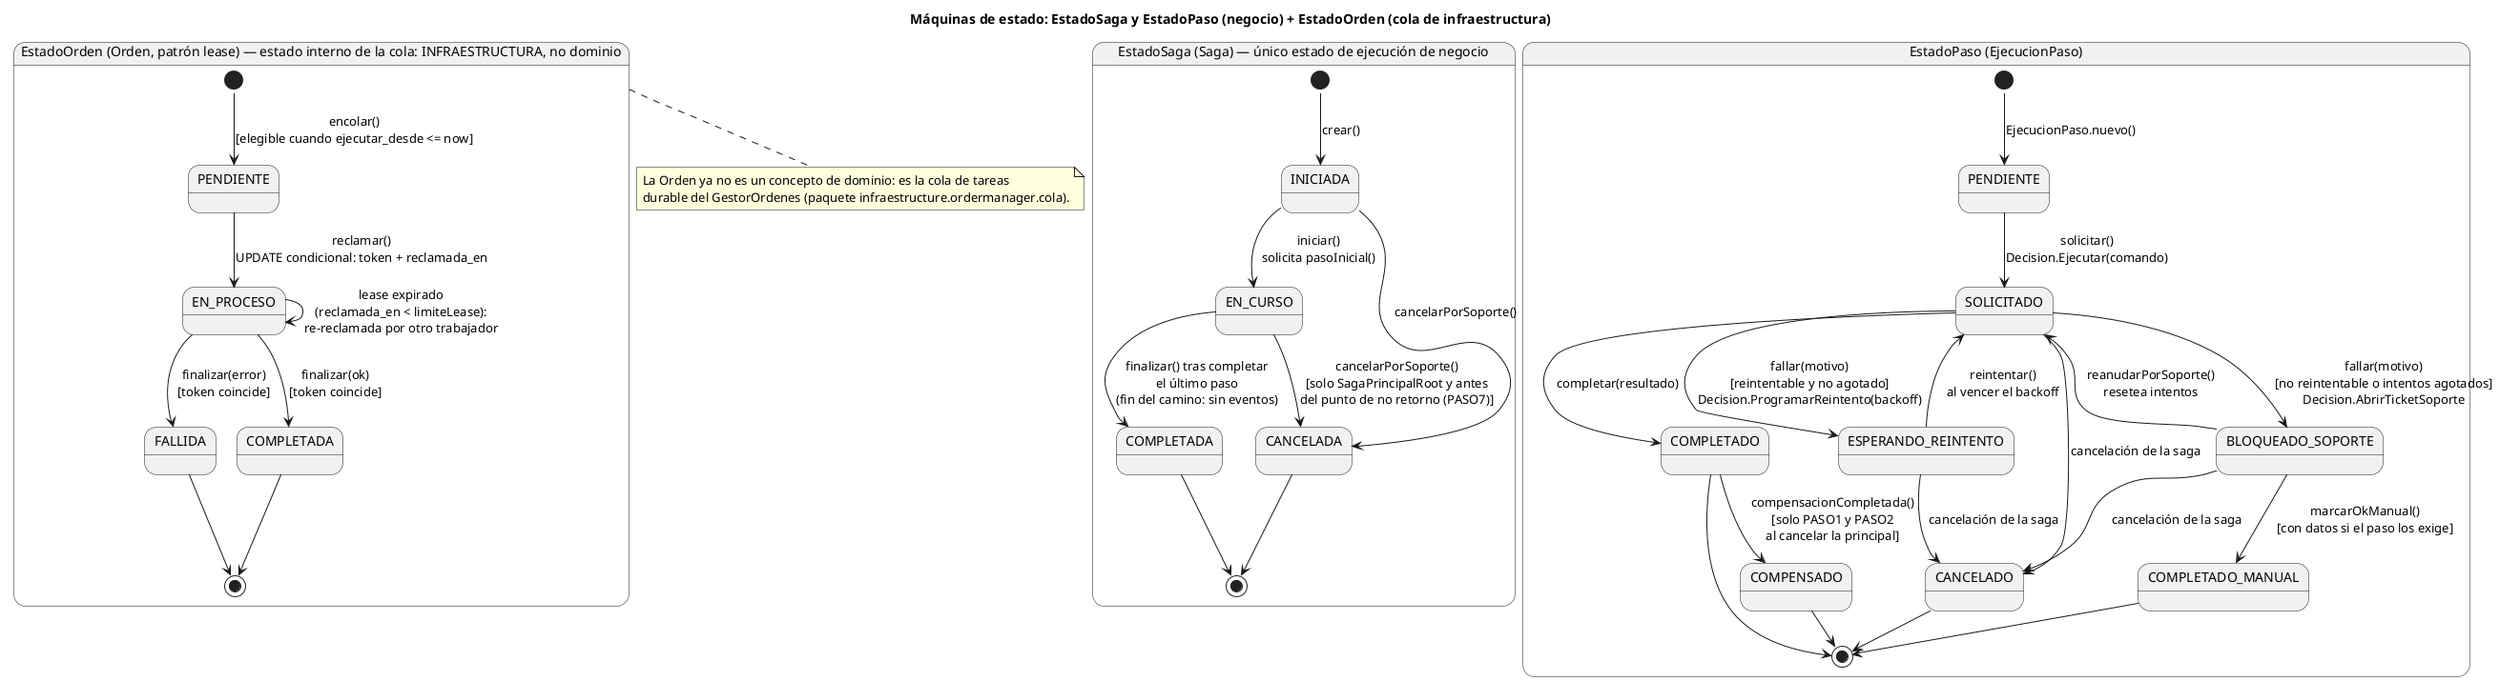
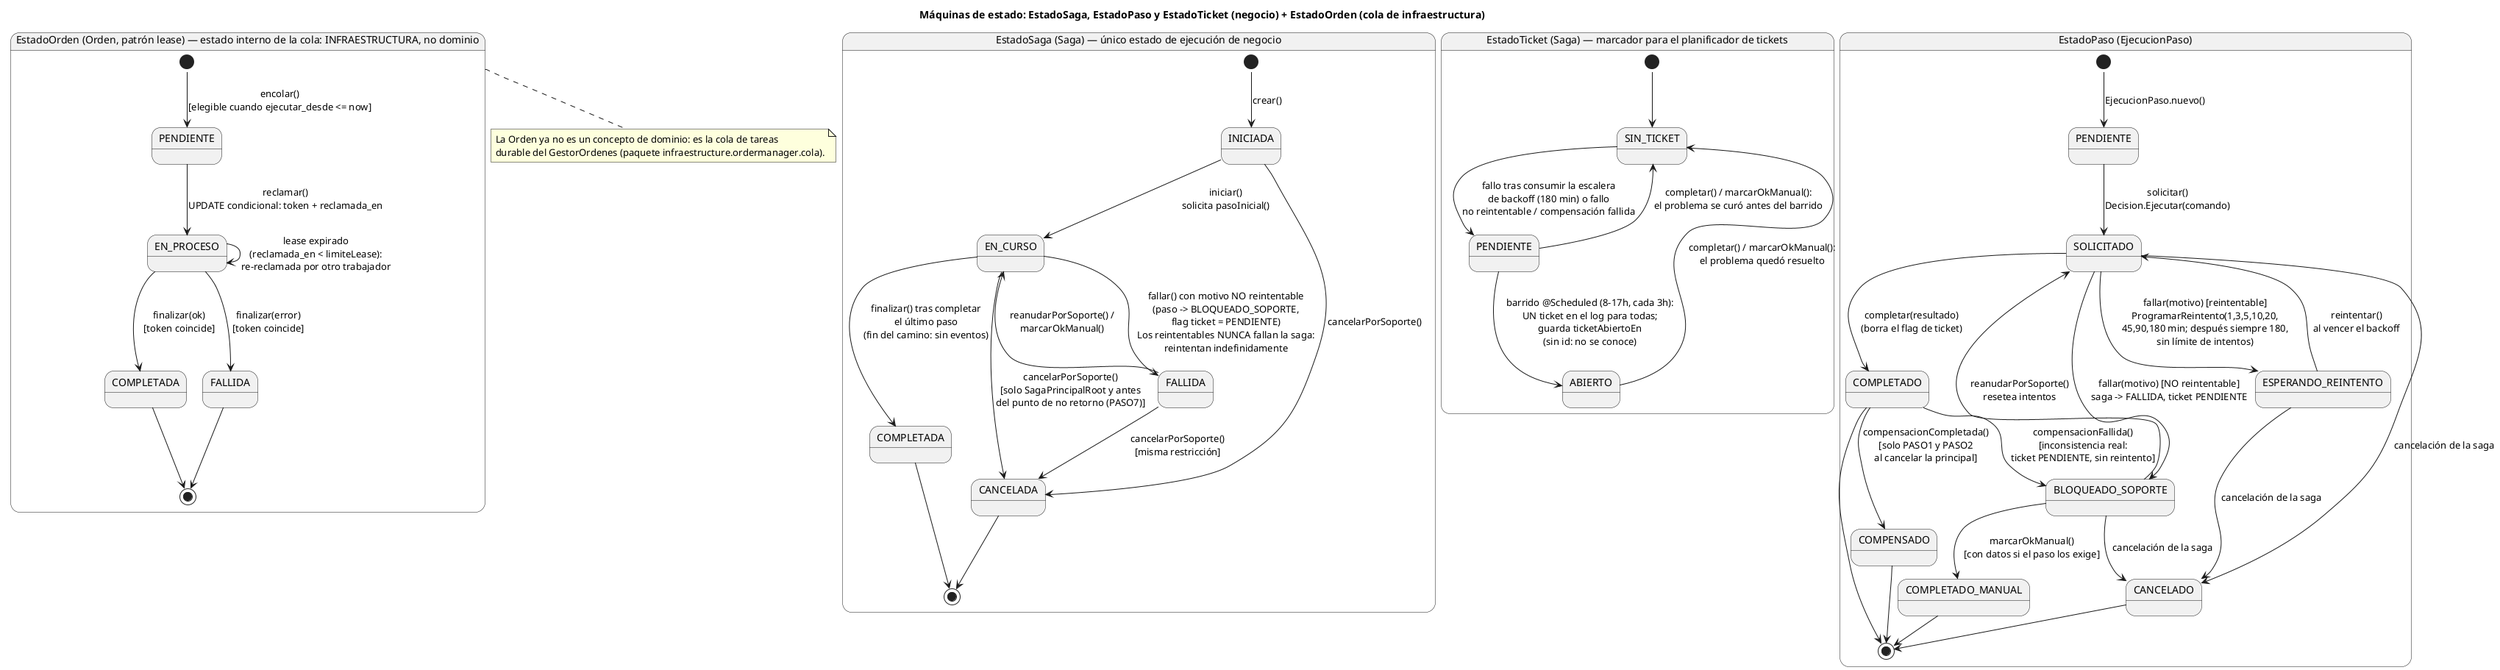
@startuml 13-maquinas-de-estado
- title Máquinas de estado: EstadoSaga y EstadoPaso (negocio) + EstadoOrden (cola de infraestructura)
+ title Máquinas de estado: EstadoSaga, EstadoPaso y EstadoTicket (negocio) + EstadoOrden (cola de infraestructura)
' Sin Graphviz instalado: usar el motor de layout embebido
!pragma layout smetana

state "EstadoSaga (Saga) — único estado de ejecución de negocio" as MSaga {
  state INICIADA
  state EN_CURSO
+   state FALLIDA
  state COMPLETADA
  state CANCELADA

  [*] --> INICIADA : crear()
  INICIADA --> EN_CURSO : iniciar()\nsolicita pasoInicial()
  EN_CURSO --> COMPLETADA : finalizar() tras completar\nel último paso\n(fin del camino: sin eventos)
+   EN_CURSO --> FALLIDA : fallar() con motivo NO reintentable\n(paso -> BLOQUEADO_SOPORTE,\nflag ticket = PENDIENTE)\nLos reintentables NUNCA fallan la saga:\nreintentan indefinidamente
+   FALLIDA --> EN_CURSO : reanudarPorSoporte() /\nmarcarOkManual()
  INICIADA --> CANCELADA : cancelarPorSoporte()
  EN_CURSO --> CANCELADA : cancelarPorSoporte()\n[solo SagaPrincipalRoot y antes\ndel punto de no retorno (PASO7)]
+   FALLIDA --> CANCELADA : cancelarPorSoporte()\n[misma restricción]
  COMPLETADA --> [*]
  CANCELADA --> [*]
+ }
+ 
+ state "EstadoTicket (Saga) — marcador para el planificador de tickets" as MTicket {
+   state SIN_TICKET
+   state PENDIENTE_T as "PENDIENTE"
+   state ABIERTO
+ 
+   [*] --> SIN_TICKET
+   SIN_TICKET --> PENDIENTE_T : fallo tras consumir la escalera\nde backoff (180 min) o fallo\nno reintentable / compensación fallida
+   PENDIENTE_T --> ABIERTO : barrido @Scheduled (8-17h, cada 3h):\nUN ticket en el log para todas;\nguarda ticketAbiertoEn\n(sin id: no se conoce)
+   PENDIENTE_T --> SIN_TICKET : completar() / marcarOkManual():\nel problema se curó antes del barrido
+   ABIERTO --> SIN_TICKET : completar() / marcarOkManual():\nel problema quedó resuelto
}

state "EstadoPaso (EjecucionPaso)" as MPaso {
  state PENDIENTE
  state SOLICITADO
  state ESPERANDO_REINTENTO
  state BLOQUEADO_SOPORTE
  state COMPLETADO
  state COMPLETADO_MANUAL
  state CANCELADO
  state COMPENSADO

  [*] --> PENDIENTE : EjecucionPaso.nuevo()
  PENDIENTE --> SOLICITADO : solicitar()\nDecision.Ejecutar(comando)
-   SOLICITADO --> COMPLETADO : completar(resultado)
-   SOLICITADO --> ESPERANDO_REINTENTO : fallar(motivo)\n[reintentable y no agotado]\nDecision.ProgramarReintento(backoff)
-   SOLICITADO --> BLOQUEADO_SOPORTE : fallar(motivo)\n[no reintentable o intentos agotados]\nDecision.AbrirTicketSoporte
+   SOLICITADO --> COMPLETADO : completar(resultado)\n(borra el flag de ticket)
+   SOLICITADO --> ESPERANDO_REINTENTO : fallar(motivo) [reintentable]\nProgramarReintento(1,3,5,10,20,\n45,90,180 min; después siempre 180,\nsin límite de intentos)
+   SOLICITADO --> BLOQUEADO_SOPORTE : fallar(motivo) [NO reintentable]\nsaga -> FALLIDA, ticket PENDIENTE
  ESPERANDO_REINTENTO --> SOLICITADO : reintentar()\nal vencer el backoff
  BLOQUEADO_SOPORTE --> SOLICITADO : reanudarPorSoporte()\nresetea intentos
  BLOQUEADO_SOPORTE --> COMPLETADO_MANUAL : marcarOkManual()\n[con datos si el paso los exige]
  SOLICITADO --> CANCELADO : cancelación de la saga
  ESPERANDO_REINTENTO --> CANCELADO : cancelación de la saga
  BLOQUEADO_SOPORTE --> CANCELADO : cancelación de la saga
  COMPLETADO --> COMPENSADO : compensacionCompletada()\n[solo PASO1 y PASO2\nal cancelar la principal]
+   COMPLETADO --> BLOQUEADO_SOPORTE : compensacionFallida()\n[inconsistencia real:\nticket PENDIENTE, sin reintento]

  COMPLETADO --> [*]
  COMPLETADO_MANUAL --> [*]
  CANCELADO --> [*]
  COMPENSADO --> [*]
}

state "EstadoOrden (Orden, patrón lease) — estado interno de la cola: INFRAESTRUCTURA, no dominio" as MOrden {
  state PENDIENTE_O as "PENDIENTE"
  state EN_PROCESO
  state COMPLETADA_O as "COMPLETADA"
-   state FALLIDA
+   state FALLIDA_O as "FALLIDA"

  [*] --> PENDIENTE_O : encolar()\n[elegible cuando ejecutar_desde <= now]
  PENDIENTE_O --> EN_PROCESO : reclamar()\nUPDATE condicional: token + reclamada_en
  EN_PROCESO --> EN_PROCESO : lease expirado\n(reclamada_en < limiteLease):\nre-reclamada por otro trabajador
  EN_PROCESO --> COMPLETADA_O : finalizar(ok)\n[token coincide]
-   EN_PROCESO --> FALLIDA : finalizar(error)\n[token coincide]
+   EN_PROCESO --> FALLIDA_O : finalizar(error)\n[token coincide]
  COMPLETADA_O --> [*]
-   FALLIDA --> [*]
+   FALLIDA_O --> [*]
}

note bottom of MOrden
  La Orden ya no es un concepto de dominio: es la cola de tareas
  durable del GestorOrdenes (paquete infraestructure.ordermanager.cola).
end note

@enduml
